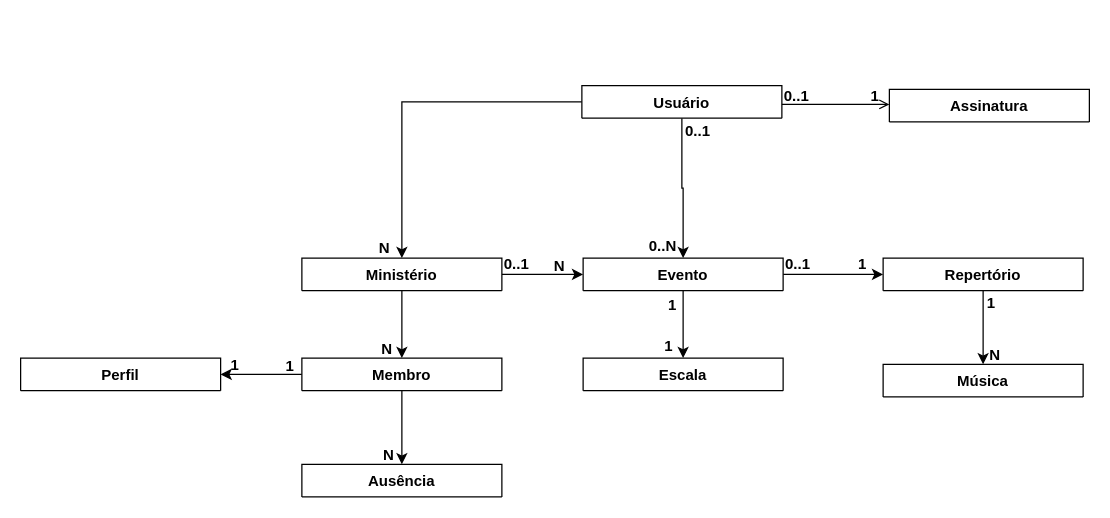
Above: Diagrama sem nome.drawio in dan-freire/escalamm (draw.io), before the change. Source tidied: cells renumbered, new cells numbered last; positions are measured from the earlier drawing's top-left corner, leaving out a move shared by most shapes. Both pictures are drawn from the tidied source at 125%, with x=0, y=0 at pixel (20, 48).
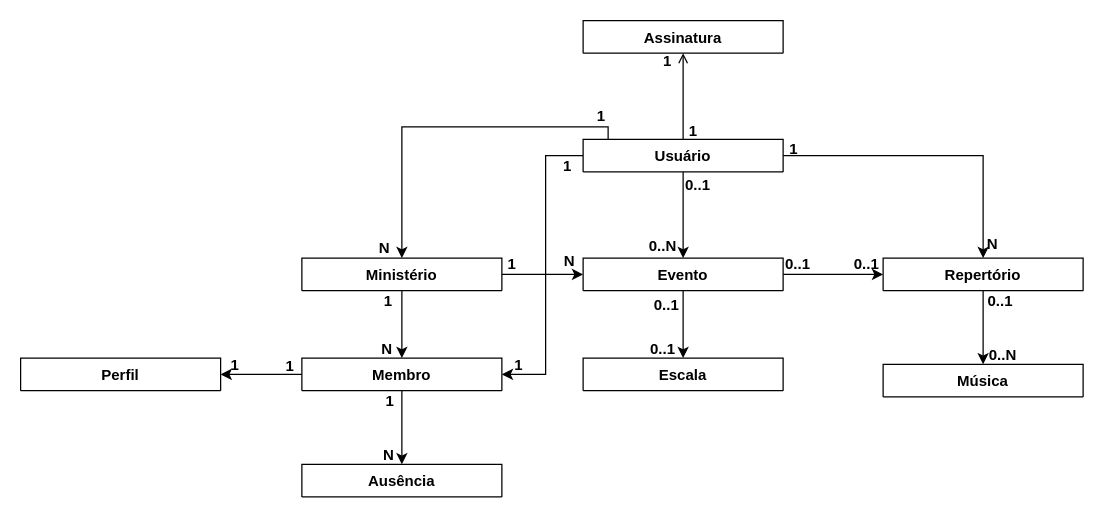
The same page after the edit.

Commit message:
Diagrama de classes

Unchanged cells that the change refers to:
```xml
<mxCell id="7" style="endArrow=open;shadow=0;strokeWidth=1;rounded=0;curved=0;endFill=1;edgeStyle=elbowEdgeStyle;elbow=vertical;fontStyle=1;" parent="1" edge="1" source="4" target="6">
  <mxGeometry x="0.5" y="41" relative="1" as="geometry">
    <mxPoint x="-40" y="32" as="offset" />
  </mxGeometry>
</mxCell>
<mxCell id="15" value="Membro" style="swimlane;fontStyle=1;align=center;verticalAlign=top;horizontal=1;startSize=26;rounded=0;shadow=0;strokeWidth=1;" parent="1" vertex="1" collapsed="1">
  <mxGeometry x="225" y="248" width="160" height="26" as="geometry" />
</mxCell>
<mxCell id="19" value="Ministério" style="swimlane;fontStyle=1;align=center;verticalAlign=top;horizontal=1;startSize=26;rounded=0;shadow=0;strokeWidth=1;" parent="1" vertex="1" collapsed="1">
  <mxGeometry x="225" y="168" width="160" height="26" as="geometry" />
</mxCell>
<mxCell id="30" value="Repertório" style="swimlane;fontStyle=1;align=center;verticalAlign=top;horizontal=1;startSize=26;rounded=0;shadow=0;strokeWidth=1;" parent="1" vertex="1" collapsed="1">
  <mxGeometry x="690" y="168" width="160" height="26" as="geometry" />
</mxCell>
```

What changed in the source:
```diff
@@
     <mxCell id="2" style="edgeStyle=orthogonalEdgeStyle;rounded=0;jettySize=auto;html=1;fontStyle=1;" parent="1" edge="1" source="4" target="19">
-      <mxGeometry relative="1" as="geometry" />
+      <mxGeometry relative="1" as="geometry">
+        <Array as="points">
+          <mxPoint x="470" y="63" />
+          <mxPoint x="305" y="63" />
+        </Array>
+      </mxGeometry>
     </mxCell>
@@
+    <mxCell id="40" style="edgeStyle=orthogonalEdgeStyle;rounded=0;jettySize=auto;html=1;" parent="1" edge="1" source="4" target="15">
+      <mxGeometry relative="1" as="geometry">
+        <Array as="points">
+          <mxPoint x="420" y="86" />
+          <mxPoint x="420" y="261" />
+        </Array>
+      </mxGeometry>
+    </mxCell>
+    <mxCell id="41" style="edgeStyle=orthogonalEdgeStyle;rounded=0;jettySize=auto;html=1;" parent="1" edge="1" source="4" target="30">
+      <mxGeometry relative="1" as="geometry">
+        <Array as="points">
+          <mxPoint x="770" y="86" />
+        </Array>
+      </mxGeometry>
+    </mxCell>
     <mxCell id="4" value="Usuário" style="swimlane;fontStyle=1;align=center;verticalAlign=top;horizontal=1;startSize=26;rounded=0;shadow=0;strokeWidth=1;" parent="1" vertex="1" collapsed="1">
-      <mxGeometry x="449" y="30" width="160" height="26" as="geometry" />
+      <mxGeometry x="450" y="73" width="160" height="26" as="geometry" />
     </mxCell>
@@
     <mxCell id="6" value="Assinatura" style="swimlane;fontStyle=1;align=center;verticalAlign=top;horizontal=1;startSize=26;rounded=0;shadow=0;strokeWidth=1;direction=east;" parent="1" vertex="1" collapsed="1">
-      <mxGeometry x="695" y="33" width="160" height="26" as="geometry" />
+      <mxGeometry x="450" y="-22" width="160" height="26" as="geometry" />
     </mxCell>
@@
-    <mxCell id="8" value="0..1" style="align=left;verticalAlign=bottom;labelBackgroundColor=none;fontSize=12;fontStyle=1;" parent="7" vertex="1">
+    <mxCell id="8" value="1" style="align=left;verticalAlign=bottom;labelBackgroundColor=none;fontSize=12;fontStyle=1;" parent="7" vertex="1">
       <mxGeometry x="-1" relative="1" as="geometry">
-        <mxPoint y="2" as="offset" />
+        <mxPoint x="3" y="2" as="offset" />
       </mxGeometry>
     </mxCell>
     <mxCell id="9" value="1" style="align=right;verticalAlign=bottom;labelBackgroundColor=none;fontSize=12;fontStyle=1;" parent="7" vertex="1">
       <mxGeometry x="1" relative="1" as="geometry">
-        <mxPoint x="-7" y="2" as="offset" />
+        <mxPoint x="-8" y="15" as="offset" />
       </mxGeometry>
     </mxCell>
@@
     <mxCell id="20" value="0..1" style="align=left;verticalAlign=bottom;labelBackgroundColor=none;fontSize=12;fontStyle=1;" parent="1" vertex="1">
-      <mxGeometry x="530" y="75" as="geometry" />
+      <mxGeometry x="530" y="118" as="geometry" />
     </mxCell>
@@
-    <mxCell id="25" value="0..1" style="align=left;verticalAlign=bottom;labelBackgroundColor=none;fontSize=12;fontStyle=1;" parent="1" vertex="1">
-      <mxGeometry x="385" y="181" as="geometry" />
+    <mxCell id="25" value="1" style="align=left;verticalAlign=bottom;labelBackgroundColor=none;fontSize=12;fontStyle=1;" parent="1" vertex="1">
+      <mxGeometry x="388" y="181" as="geometry" />
     </mxCell>
     <mxCell id="26" value="N" style="align=left;verticalAlign=bottom;labelBackgroundColor=none;fontSize=12;fontStyle=1;" parent="1" vertex="1">
-      <mxGeometry x="425" y="183" as="geometry" />
+      <mxGeometry x="433" y="179" as="geometry" />
     </mxCell>
-    <mxCell id="27" value="1" style="align=right;verticalAlign=bottom;labelBackgroundColor=none;fontSize=12;fontStyle=1;" parent="1" vertex="1">
-      <mxGeometry x="528" y="33" as="geometry">
+    <mxCell id="27" value="0..1" style="align=right;verticalAlign=bottom;labelBackgroundColor=none;fontSize=12;fontStyle=1;" parent="1" vertex="1">
+      <mxGeometry x="530" y="33" as="geometry">
         <mxPoint x="-2" y="181" as="offset" />
       </mxGeometry>
     </mxCell>
@@
-    <mxCell id="31" value="1" style="align=right;verticalAlign=bottom;labelBackgroundColor=none;fontSize=12;fontStyle=1;" parent="1" vertex="1">
-      <mxGeometry x="525" y="66" as="geometry">
+    <mxCell id="31" value="0..1" style="align=right;verticalAlign=bottom;labelBackgroundColor=none;fontSize=12;fontStyle=1;" parent="1" vertex="1">
+      <mxGeometry x="527" y="68" as="geometry">
         <mxPoint x="-2" y="181" as="offset" />
       </mxGeometry>
     </mxCell>
@@
     <mxCell id="33" value="1" style="align=right;verticalAlign=bottom;labelBackgroundColor=none;fontSize=12;fontStyle=1;" parent="1" vertex="1">
-      <mxGeometry x="680" as="geometry">
+      <mxGeometry x="625" y="-92" as="geometry">
         <mxPoint x="-2" y="181" as="offset" />
       </mxGeometry>
     </mxCell>
@@
-    <mxCell id="35" value="1" style="align=right;verticalAlign=bottom;labelBackgroundColor=none;fontSize=12;fontStyle=1;" parent="1" vertex="1">
-      <mxGeometry x="783" y="31" as="geometry">
+    <mxCell id="35" value="0..1" style="align=right;verticalAlign=bottom;labelBackgroundColor=none;fontSize=12;fontStyle=1;" parent="1" vertex="1">
+      <mxGeometry x="797" y="30" as="geometry">
         <mxPoint x="-2" y="181" as="offset" />
       </mxGeometry>
     </mxCell>
@@
-    <mxCell id="39" value="N" style="align=right;verticalAlign=bottom;labelBackgroundColor=none;fontSize=12;fontStyle=1;" parent="1" vertex="1">
-      <mxGeometry x="787" y="73" as="geometry">
+    <mxCell id="39" value="0..N" style="align=right;verticalAlign=bottom;labelBackgroundColor=none;fontSize=12;fontStyle=1;" parent="1" vertex="1">
+      <mxGeometry x="800" y="73" as="geometry">
         <mxPoint x="-2" y="181" as="offset" />
       </mxGeometry>
     </mxCell>
+    <mxCell id="42" value="1" style="align=right;verticalAlign=bottom;labelBackgroundColor=none;fontSize=12;fontStyle=1;" parent="1" vertex="1">
+      <mxGeometry x="698" y="88" as="geometry">
+        <mxPoint x="-256" y="15" as="offset" />
+      </mxGeometry>
+    </mxCell>
+    <mxCell id="43" value="1" style="align=right;verticalAlign=bottom;labelBackgroundColor=none;fontSize=12;fontStyle=1;" parent="1" vertex="1">
+      <mxGeometry x="725" y="48" as="geometry">
+        <mxPoint x="-256" y="15" as="offset" />
+      </mxGeometry>
+    </mxCell>
+    <mxCell id="44" value="1" style="align=right;verticalAlign=bottom;labelBackgroundColor=none;fontSize=12;fontStyle=1;" parent="1" vertex="1">
+      <mxGeometry x="659" y="247" as="geometry">
+        <mxPoint x="-256" y="15" as="offset" />
+      </mxGeometry>
+    </mxCell>
+    <mxCell id="45" value="1" style="align=right;verticalAlign=bottom;labelBackgroundColor=none;fontSize=12;fontStyle=1;" parent="1" vertex="1">
+      <mxGeometry x="556" y="276" as="geometry">
+        <mxPoint x="-256" y="15" as="offset" />
+      </mxGeometry>
+    </mxCell>
+    <mxCell id="46" value="1" style="align=left;verticalAlign=bottom;labelBackgroundColor=none;fontSize=12;fontStyle=1;" parent="1" vertex="1">
+      <mxGeometry x="471" y="88" as="geometry">
+        <mxPoint x="-182" y="123" as="offset" />
+      </mxGeometry>
+    </mxCell>
+    <mxCell id="47" value="N" style="align=right;verticalAlign=bottom;labelBackgroundColor=none;fontSize=12;fontStyle=1;" parent="1" vertex="1">
+      <mxGeometry x="785" y="-16" as="geometry">
+        <mxPoint x="-2" y="181" as="offset" />
+      </mxGeometry>
+    </mxCell>
+    <mxCell id="48" value="0..1" style="align=left;verticalAlign=bottom;labelBackgroundColor=none;fontSize=12;fontStyle=1;" parent="1" vertex="1">
+      <mxGeometry x="665" y="181" as="geometry" />
+    </mxCell>
```
